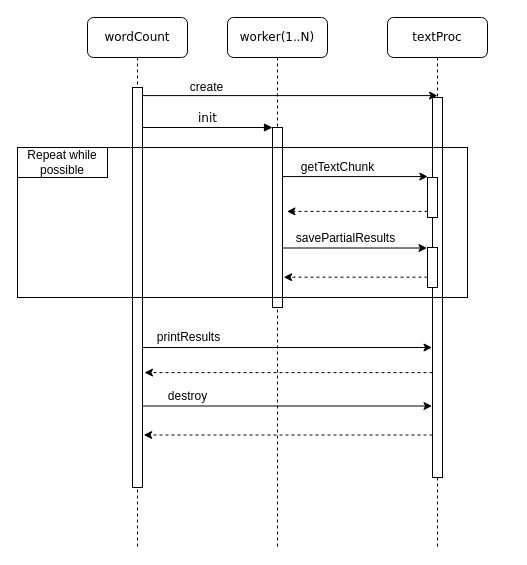
The draw.io diagram project/version03_MPI/report/wordCountInteraction.drawio in FilipeLopesPires/Multithreaded-WordCount, before the edit. Source tidied: cells renumbered, new cells numbered last; positions are measured from the earlier drawing's top-left corner, leaving out a move shared by most shapes. Both pictures are drawn from the tidied source at 100%, with x=0, y=0 at pixel (17, 17).
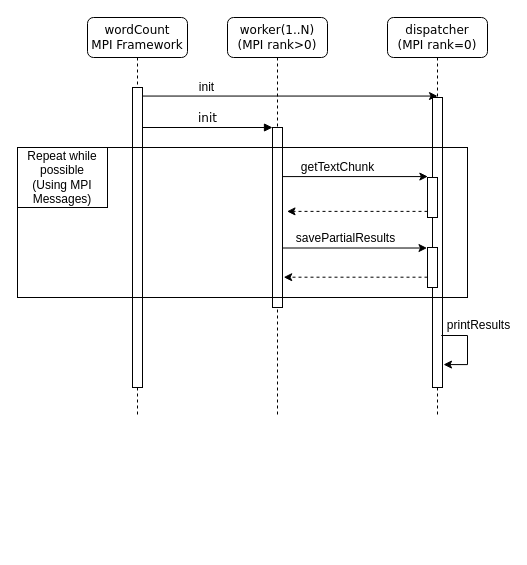
After the change.

The change refers to these unchanged cells:
```xml
<mxCell id="14" style="rounded=0;jettySize=auto;html=1;entryX=0.5;entryY=-0.005;entryDx=0;entryDy=0;entryPerimeter=0;" parent="1" edge="1" source="12" target="5">
  <mxGeometry relative="1" as="geometry" />
</mxCell>
```

Diff of the diagram source:
```diff
@@
-    <mxCell id="2" value="worker(1..N)" style="shape=umlLifeline;perimeter=lifelinePerimeter;whiteSpace=wrap;html=1;rounded=1;shadow=0;comic=0;labelBackgroundColor=none;strokeWidth=1;fontFamily=Verdana;fontSize=12;align=center;" parent="1" vertex="1">
-      <mxGeometry x="210" width="100" height="530" as="geometry" />
+    <mxCell id="2" value="worker(1..N)&lt;br&gt;(MPI rank&amp;gt;0)" style="shape=umlLifeline;perimeter=lifelinePerimeter;whiteSpace=wrap;html=1;rounded=1;shadow=0;comic=0;labelBackgroundColor=none;strokeWidth=1;fontFamily=Verdana;fontSize=12;align=center;" parent="1" vertex="1">
+      <mxGeometry x="210" width="100" height="400" as="geometry" />
     </mxCell>
@@
-    <mxCell id="4" value="textProc" style="shape=umlLifeline;perimeter=lifelinePerimeter;whiteSpace=wrap;html=1;rounded=1;shadow=0;comic=0;labelBackgroundColor=none;strokeWidth=1;fontFamily=Verdana;fontSize=12;align=center;" parent="1" vertex="1">
-      <mxGeometry x="370" width="100" height="530" as="geometry" />
+    <mxCell id="4" value="dispatcher&lt;br&gt;(MPI rank=0)" style="shape=umlLifeline;perimeter=lifelinePerimeter;whiteSpace=wrap;html=1;rounded=1;shadow=0;comic=0;labelBackgroundColor=none;strokeWidth=1;fontFamily=Verdana;fontSize=12;align=center;" parent="1" vertex="1">
+      <mxGeometry x="370" width="100" height="400" as="geometry" />
     </mxCell>
     <mxCell id="5" style="html=1;points=[];perimeter=orthogonalPerimeter;rounded=0;shadow=0;comic=0;labelBackgroundColor=none;strokeWidth=1;fontFamily=Verdana;fontSize=12;align=center;" parent="4" vertex="1">
-      <mxGeometry x="45" y="80" width="10" height="380" as="geometry" />
+      <mxGeometry x="45" y="80" width="10" height="290" as="geometry" />
     </mxCell>
@@
+    <mxCell id="21" style="rounded=0;jettySize=auto;html=1;entryX=1.1;entryY=0.921;entryDx=0;entryDy=0;entryPerimeter=0;edgeStyle=orthogonalEdgeStyle;" parent="4" edge="1" target="5">
+      <mxGeometry relative="1" as="geometry">
+        <mxPoint x="56" y="318" as="sourcePoint" />
+        <Array as="points">
+          <mxPoint x="54" y="318" />
+          <mxPoint x="80" y="318" />
+          <mxPoint x="80" y="347" />
+        </Array>
+      </mxGeometry>
+    </mxCell>
+    <mxCell id="22" value="printResults" style="text;html=1;align=center;verticalAlign=middle;labelBackgroundColor=#ffffff;" parent="21" vertex="1">
+      <mxGeometry x="-0.59" y="2" relative="1" as="geometry">
+        <mxPoint x="21" y="-8.3" as="offset" />
+      </mxGeometry>
+    </mxCell>
-    <mxCell id="11" value="wordCount" style="shape=umlLifeline;perimeter=lifelinePerimeter;whiteSpace=wrap;html=1;rounded=1;shadow=0;comic=0;labelBackgroundColor=none;strokeWidth=1;fontFamily=Verdana;fontSize=12;align=center;" parent="1" vertex="1">
-      <mxGeometry x="70" width="100" height="530" as="geometry" />
+    <mxCell id="11" value="wordCount&lt;br&gt;MPI Framework" style="shape=umlLifeline;perimeter=lifelinePerimeter;whiteSpace=wrap;html=1;rounded=1;shadow=0;comic=0;labelBackgroundColor=none;strokeWidth=1;fontFamily=Verdana;fontSize=12;align=center;" parent="1" vertex="1">
+      <mxGeometry x="70" width="100" height="400" as="geometry" />
     </mxCell>
     <mxCell id="12" style="html=1;points=[];perimeter=orthogonalPerimeter;rounded=0;shadow=0;comic=0;labelBackgroundColor=none;strokeWidth=1;fontFamily=Verdana;fontSize=12;align=center;" parent="11" vertex="1">
-      <mxGeometry x="45" y="70" width="10" height="400" as="geometry" />
+      <mxGeometry x="45" y="70" width="10" height="300" as="geometry" />
     </mxCell>
@@
-    <mxCell id="15" value="create" style="text;html=1;align=center;verticalAlign=middle;labelBackgroundColor=#ffffff;" parent="14" vertex="1">
+    <mxCell id="15" value="init" style="text;html=1;align=center;verticalAlign=middle;labelBackgroundColor=#ffffff;" parent="14" vertex="1">
       <mxGeometry x="-0.57" y="3" relative="1" as="geometry">
         <mxPoint y="-6" as="offset" />
       </mxGeometry>
     </mxCell>
@@
-    <mxCell id="20" value="Repeat while&lt;br&gt;possible" style="rounded=0;whiteSpace=wrap;html=1;fillColor=none;" parent="1" vertex="1">
-      <mxGeometry y="130" width="90" height="30" as="geometry" />
+    <mxCell id="20" value="Repeat while&lt;br&gt;possible&lt;br&gt;(Using MPI Messages)" style="rounded=0;whiteSpace=wrap;html=1;fillColor=none;" parent="1" vertex="1">
+      <mxGeometry y="130" width="90" height="60" as="geometry" />
     </mxCell>
-    <mxCell id="21" style="edgeStyle=none;rounded=0;orthogonalLoop=1;jettySize=auto;html=1;entryX=-0.05;entryY=0.534;entryDx=0;entryDy=0;entryPerimeter=0;" parent="1" edge="1">
-      <mxGeometry relative="1" as="geometry">
-        <mxPoint x="125" y="330" as="sourcePoint" />
-        <mxPoint x="414.5" y="330" as="targetPoint" />
-      </mxGeometry>
-    </mxCell>
-    <mxCell id="22" value="printResults" style="text;html=1;align=center;verticalAlign=middle;labelBackgroundColor=#ffffff;" parent="21" vertex="1">
-      <mxGeometry x="-0.59" y="2" relative="1" as="geometry">
-        <mxPoint x="-13.3" y="-8.3" as="offset" />
-      </mxGeometry>
-    </mxCell>
-    <mxCell id="23" style="edgeStyle=none;rounded=0;orthogonalLoop=1;jettySize=auto;html=1;entryX=1.2;entryY=0.595;entryDx=0;entryDy=0;entryPerimeter=0;dashed=1;" parent="1" edge="1">
-      <mxGeometry relative="1" as="geometry">
-        <mxPoint x="415" y="355.1" as="sourcePoint" />
-        <mxPoint x="127" y="355.1" as="targetPoint" />
-      </mxGeometry>
-    </mxCell>
-    <mxCell id="24" style="edgeStyle=none;rounded=0;orthogonalLoop=1;jettySize=auto;html=1;entryX=-0.05;entryY=0.688;entryDx=0;entryDy=0;entryPerimeter=0;" parent="1" edge="1">
-      <mxGeometry relative="1" as="geometry">
-        <mxPoint x="125" y="388.5" as="sourcePoint" />
-        <mxPoint x="414.5" y="388.5" as="targetPoint" />
-      </mxGeometry>
-    </mxCell>
-    <mxCell id="25" value="destroy" style="text;html=1;align=center;verticalAlign=middle;labelBackgroundColor=#ffffff;" parent="24" vertex="1">
-      <mxGeometry x="-0.7" y="-1" relative="1" as="geometry">
-        <mxPoint x="1.7" y="-10.6" as="offset" />
-      </mxGeometry>
-    </mxCell>
-    <mxCell id="26" style="edgeStyle=none;rounded=0;orthogonalLoop=1;jettySize=auto;html=1;entryX=1.117;entryY=0.751;entryDx=0;entryDy=0;entryPerimeter=0;dashed=1;" parent="1" edge="1">
-      <mxGeometry relative="1" as="geometry">
-        <mxPoint x="415" y="417.5" as="sourcePoint" />
-        <mxPoint x="126.2" y="417.5" as="targetPoint" />
-      </mxGeometry>
-    </mxCell>
```
